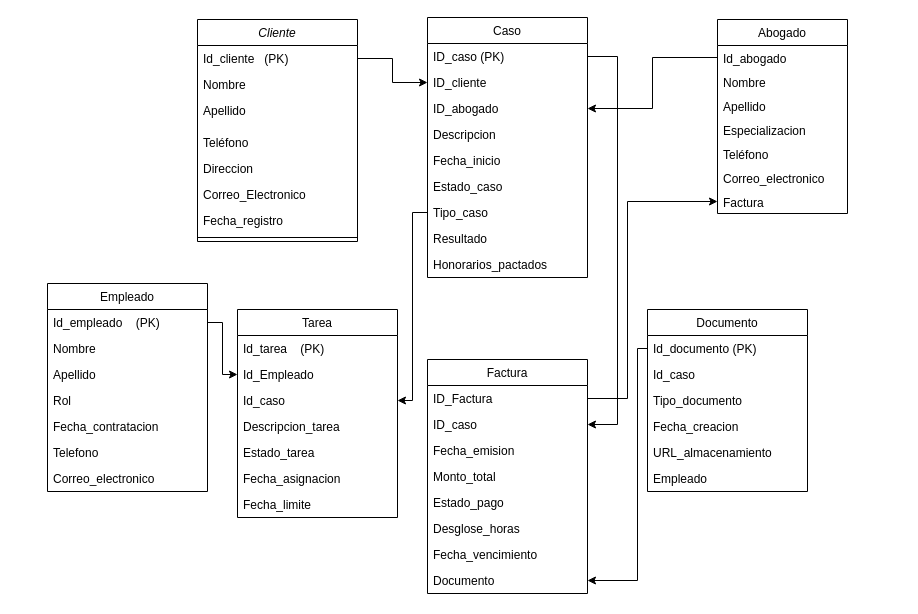
Earlier version of the draw.io diagram AS tp.drawio (Saturno0/Cole_5_2). Source tidied: cells renumbered, new cells numbered last; positions are measured from the earlier drawing's top-left corner, leaving out a move shared by most shapes. Both pictures are drawn from the tidied source at 100%, with x=0, y=0 at pixel (47, 17).
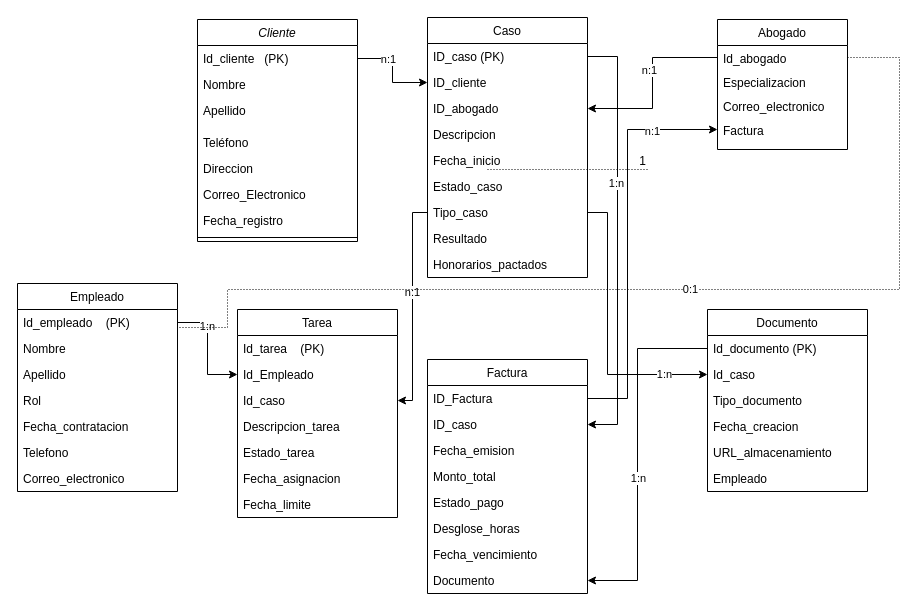
After the change.

The change refers to these unchanged cells:
```xml
<mxCell id="35" value="Tipo_caso" style="text;align=left;verticalAlign=top;spacingLeft=4;spacingRight=4;overflow=hidden;points=[[0,0.5],[1,0.5]];portConstraint=eastwest;" parent="28" vertex="1">
  <mxGeometry y="182" width="160" height="26" as="geometry" />
</mxCell>
<mxCell id="39" value="Id_caso" style="text;align=left;verticalAlign=top;spacingLeft=4;spacingRight=4;overflow=hidden;points=[[0,0.5],[1,0.5]];portConstraint=eastwest;rounded=0;shadow=0;html=0;" parent="37" vertex="1">
  <mxGeometry y="52" width="160" height="26" as="geometry" />
</mxCell>
<mxCell id="60" style="edgeStyle=elbowEdgeStyle;rounded=0;jettySize=auto;html=1;exitX=1;exitY=0.5;exitDx=0;exitDy=0;entryX=0;entryY=0.5;entryDx=0;entryDy=0;" parent="1" edge="1" source="3" target="30">
  <mxGeometry relative="1" as="geometry" />
</mxCell>
<mxCell id="62" style="edgeStyle=elbowEdgeStyle;rounded=0;jettySize=auto;html=1;exitX=0;exitY=0.5;exitDx=0;exitDy=0;entryX=1;entryY=0.5;entryDx=0;entryDy=0;" parent="1" edge="1" source="35" target="55">
  <mxGeometry relative="1" as="geometry" />
</mxCell>
<mxCell id="63" style="edgeStyle=elbowEdgeStyle;rounded=0;jettySize=auto;html=1;exitX=1;exitY=0.5;exitDx=0;exitDy=0;entryX=0;entryY=0.5;entryDx=0;entryDy=0;" parent="1" edge="1" source="45" target="54">
  <mxGeometry relative="1" as="geometry" />
</mxCell>
<mxCell id="64" style="edgeStyle=elbowEdgeStyle;rounded=0;jettySize=auto;html=1;exitX=1;exitY=0.5;exitDx=0;exitDy=0;entryX=0;entryY=0.5;entryDx=0;entryDy=0;" parent="1" edge="1" source="12" target="27">
  <mxGeometry relative="1" as="geometry">
    <Array as="points">
      <mxPoint x="580" y="292" />
    </Array>
  </mxGeometry>
</mxCell>
<mxCell id="65" style="edgeStyle=elbowEdgeStyle;rounded=0;jettySize=auto;html=1;exitX=1;exitY=0.5;exitDx=0;exitDy=0;entryX=1;entryY=0.5;entryDx=0;entryDy=0;" parent="1" edge="1" source="29" target="13">
  <mxGeometry relative="1" as="geometry">
    <Array as="points">
      <mxPoint x="570" y="212" />
    </Array>
  </mxGeometry>
</mxCell>
<mxCell id="66" style="edgeStyle=elbowEdgeStyle;rounded=0;jettySize=auto;html=1;exitX=0;exitY=0.5;exitDx=0;exitDy=0;entryX=1;entryY=0.5;entryDx=0;entryDy=0;" parent="1" edge="1" source="21" target="31">
  <mxGeometry relative="1" as="geometry" />
</mxCell>
<mxCell id="68" style="edgeStyle=elbowEdgeStyle;rounded=0;jettySize=auto;html=1;exitX=0;exitY=0.5;exitDx=0;exitDy=0;entryX=1;entryY=0.5;entryDx=0;entryDy=0;" parent="1" edge="1" source="38" target="19">
  <mxGeometry relative="1" as="geometry">
    <Array as="points">
      <mxPoint x="590" y="442" />
    </Array>
  </mxGeometry>
</mxCell>
```

The edit, as a diff of the source:
```diff
@@
     <mxCell id="20" value="Abogado" style="swimlane;fontStyle=0;align=center;verticalAlign=top;horizontal=1;startSize=26;rounded=0;shadow=0;strokeWidth=1;" parent="1" vertex="1">
-      <mxGeometry x="670" y="2" width="130" height="194" as="geometry" />
+      <mxGeometry x="670" y="2" width="130" height="130" as="geometry" />
     </mxCell>
@@
-    <mxCell id="22" value="Nombre" style="text;align=left;verticalAlign=top;spacingLeft=4;spacingRight=4;overflow=hidden;" parent="20" vertex="1">
-      <mxGeometry y="50" width="130" height="24" as="geometry" />
-    </mxCell>
-    <mxCell id="23" value="Apellido" style="text;align=left;verticalAlign=top;spacingLeft=4;spacingRight=4;overflow=hidden;" parent="20" vertex="1">
-      <mxGeometry y="74" width="130" height="24" as="geometry" />
-    </mxCell>
     <mxCell id="24" value="Especializacion" style="text;align=left;verticalAlign=top;spacingLeft=4;spacingRight=4;overflow=hidden;" parent="20" vertex="1">
-      <mxGeometry y="98" width="130" height="24" as="geometry" />
+      <mxGeometry y="50" width="130" height="24" as="geometry" />
     </mxCell>
-    <mxCell id="25" value="Teléfono" style="text;align=left;verticalAlign=top;spacingLeft=4;spacingRight=4;overflow=hidden;" parent="20" vertex="1">
-      <mxGeometry y="122" width="130" height="24" as="geometry" />
-    </mxCell>
     <mxCell id="26" value="Correo_electronico" style="text;align=left;verticalAlign=top;spacingLeft=4;spacingRight=4;overflow=hidden;" parent="20" vertex="1">
-      <mxGeometry y="146" width="130" height="24" as="geometry" />
+      <mxGeometry y="74" width="130" height="24" as="geometry" />
     </mxCell>
     <mxCell id="27" value="Factura" style="text;align=left;verticalAlign=top;spacingLeft=4;spacingRight=4;overflow=hidden;points=[[0,0.5],[1,0.5]];portConstraint=eastwest;" parent="20" vertex="1">
-      <mxGeometry y="170" width="130" height="24" as="geometry" />
+      <mxGeometry y="98" width="130" height="24" as="geometry" />
     </mxCell>
@@
     <mxCell id="37" value="Documento" style="swimlane;fontStyle=0;align=center;verticalAlign=top;horizontal=1;startSize=26;rounded=0;shadow=0;strokeWidth=1;" parent="1" vertex="1">
-      <mxGeometry x="600" y="292" width="160" height="182" as="geometry" />
+      <mxGeometry x="660" y="292" width="160" height="182" as="geometry" />
     </mxCell>
@@
     <mxCell id="43" value="Empleado" style="text;align=left;verticalAlign=top;spacingLeft=4;spacingRight=4;overflow=hidden;" parent="37" vertex="1">
-      <mxGeometry y="156" width="160" height="26" as="geometry" />
+      <mxGeometry y="156" width="160" height="24" as="geometry" />
     </mxCell>
     <mxCell id="44" value="Empleado" style="swimlane;fontStyle=0;align=center;verticalAlign=top;horizontal=1;startSize=26;rounded=0;shadow=0;strokeWidth=1;" parent="1" vertex="1">
-      <mxGeometry y="266" width="160" height="208" as="geometry" />
+      <mxGeometry x="-30" y="266" width="160" height="208" as="geometry" />
     </mxCell>
@@
+    <mxCell id="69" value="n:1" style="edgeLabel;html=1;align=center;verticalAlign=middle;" parent="60" vertex="1">
+      <mxGeometry x="-0.36" relative="1" as="geometry" />
+    </mxCell>
@@
+    <mxCell id="70" value="n:1" style="edgeLabel;html=1;align=center;verticalAlign=middle;" parent="62" vertex="1">
+      <mxGeometry x="-0.14" y="-1" relative="1" as="geometry" />
+    </mxCell>
@@
+    <mxCell id="71" value="1:n" style="edgeLabel;html=1;align=center;verticalAlign=middle;" parent="63" vertex="1">
+      <mxGeometry x="-0.41" y="-1" relative="1" as="geometry" />
+    </mxCell>
@@
+    <mxCell id="72" value="n:1" style="edgeLabel;html=1;align=center;verticalAlign=middle;" parent="64" vertex="1">
+      <mxGeometry x="0.67" y="-1" relative="1" as="geometry" />
+    </mxCell>
@@
+    <mxCell id="73" value="1:n" style="edgeLabel;html=1;align=center;verticalAlign=middle;" parent="65" vertex="1">
+      <mxGeometry x="-0.27" y="-3" relative="1" as="geometry">
+        <mxPoint x="1" as="offset" />
+      </mxGeometry>
+    </mxCell>
@@
+    <mxCell id="74" value="n:1" style="edgeLabel;html=1;align=center;verticalAlign=middle;" parent="66" vertex="1">
+      <mxGeometry x="-0.15" y="-4" relative="1" as="geometry" />
+    </mxCell>
@@
+    <mxCell id="75" value="1:n" style="edgeLabel;html=1;align=center;verticalAlign=middle;" parent="68" vertex="1">
+      <mxGeometry x="0.13" y="3" relative="1" as="geometry">
+        <mxPoint x="-3" as="offset" />
+      </mxGeometry>
+    </mxCell>
+    <mxCell id="76" style="edgeStyle=orthogonalEdgeStyle;rounded=0;jettySize=auto;html=1;exitX=1;exitY=0.5;exitDx=0;exitDy=0;entryX=0;entryY=0.5;entryDx=0;entryDy=0;" parent="1" edge="1" source="35" target="39">
+      <mxGeometry relative="1" as="geometry">
+        <Array as="points">
+          <mxPoint x="560" y="195" />
+          <mxPoint x="560" y="357" />
+        </Array>
+      </mxGeometry>
+    </mxCell>
+    <mxCell id="77" value="1:n" style="edgeLabel;html=1;align=center;verticalAlign=middle;" parent="76" vertex="1">
+      <mxGeometry x="0.69" y="1" relative="1" as="geometry" />
+    </mxCell>
+    <mxCell id="78" style="endArrow=none;html=1;rounded=0;dashed=1;dashPattern=1 2;" parent="1" edge="1">
+      <mxGeometry relative="1" as="geometry">
+        <mxPoint x="440" y="152" as="sourcePoint" />
+        <mxPoint x="600" y="152" as="targetPoint" />
+      </mxGeometry>
+    </mxCell>
+    <mxCell id="79" value="1" style="html=1;whiteSpace=wrap;align=right;verticalAlign=bottom;" parent="78" vertex="1">
+      <mxGeometry x="1" relative="1" as="geometry" />
+    </mxCell>
+    <mxCell id="80" style="endArrow=none;html=1;rounded=0;dashed=1;dashPattern=1 2;exitX=1;exitY=0.5;exitDx=0;exitDy=0;entryX=1;entryY=0.5;entryDx=0;entryDy=0;" parent="1" edge="1">
+      <mxGeometry relative="1" as="geometry">
+        <mxPoint x="132" y="310" as="sourcePoint" />
+        <mxPoint x="800" y="40" as="targetPoint" />
+        <Array as="points">
+          <mxPoint x="180" y="310" />
+          <mxPoint x="180" y="272" />
+          <mxPoint x="852" y="272" />
+          <mxPoint x="852" y="40" />
+        </Array>
+      </mxGeometry>
+    </mxCell>
+    <mxCell id="81" style="html=1;whiteSpace=wrap;align=right;verticalAlign=bottom;" parent="80" vertex="1">
+      <mxGeometry x="1" relative="1" as="geometry" />
+    </mxCell>
+    <mxCell id="82" value="0:1" style="edgeLabel;html=1;align=center;verticalAlign=middle;" parent="80" vertex="1">
+      <mxGeometry x="0.21" y="4" relative="1" as="geometry">
+        <mxPoint x="-82" y="3" as="offset" />
+      </mxGeometry>
+    </mxCell>
```
